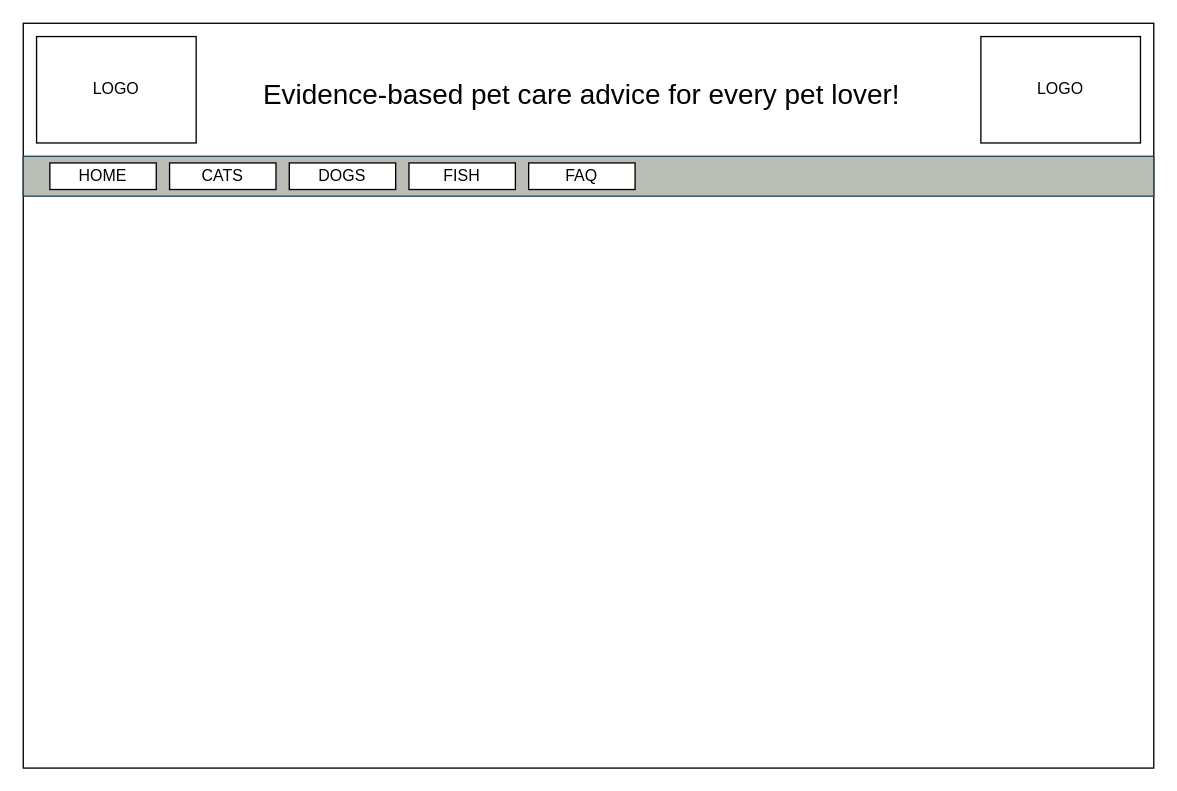
Above: wireframe.drawio in airbaggrenade/WGU-D284 (draw.io), before the change. Source tidied: cells renumbered, new cells numbered last; positions are measured from the earlier drawing's top-left corner, leaving out a move shared by most shapes. Both pictures are drawn from the tidied source at 133%, with x=0, y=0 at pixel (23, 23).
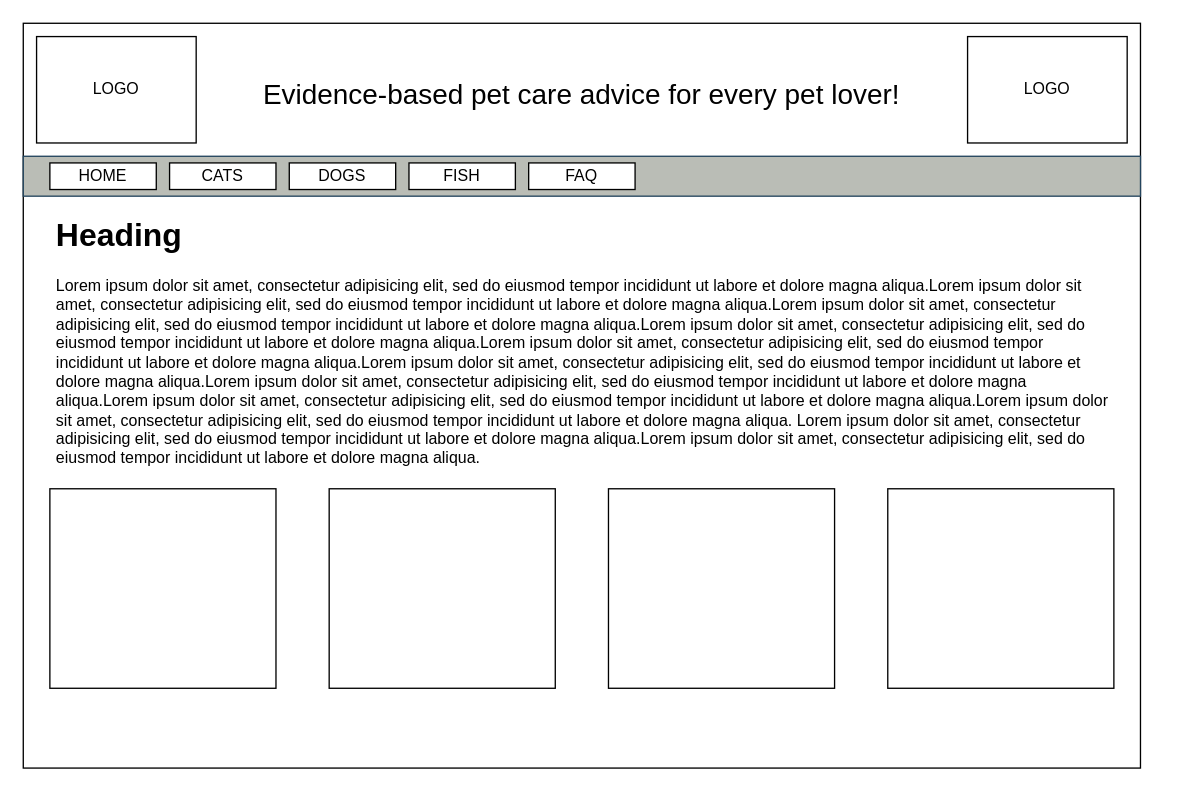
After the change.

What changed in the source:
```diff
@@
 <mxGraphModel>
   <root>
     <mxCell id="0" />
     <mxCell id="1" parent="0" />
     <mxCell id="2" style="rounded=0;whiteSpace=wrap;html=1;" parent="1" vertex="1">
-      <mxGeometry width="850" height="560" as="geometry" />
+      <mxGeometry width="840" height="560" as="geometry" />
     </mxCell>
     <mxCell id="3" value="&lt;div&gt;LOGO&lt;/div&gt;" style="rounded=0;whiteSpace=wrap;html=1;" parent="1" vertex="1">
       <mxGeometry x="10" y="10" width="120" height="80" as="geometry" />
     </mxCell>
     <mxCell id="4" value="&lt;div&gt;LOGO&lt;/div&gt;" style="rounded=0;whiteSpace=wrap;html=1;" parent="1" vertex="1">
-      <mxGeometry x="720" y="10" width="120" height="80" as="geometry" />
+      <mxGeometry x="710" y="10" width="120" height="80" as="geometry" />
     </mxCell>
     <mxCell id="5" value="&lt;font style=&quot;font-size: 21px;&quot;&gt;Evidence-based pet care advice for every pet lover!&lt;/font&gt;" style="text;html=1;align=center;verticalAlign=middle;whiteSpace=wrap;rounded=0;" parent="1" vertex="1">
       <mxGeometry x="150" y="25" width="540" height="55" as="geometry" />
     </mxCell>
     <mxCell id="6" style="rounded=0;whiteSpace=wrap;html=1;fillColor=#babdb6;strokeColor=#23445d;" parent="1" vertex="1">
-      <mxGeometry y="100" width="850" height="30" as="geometry" />
+      <mxGeometry y="100" width="840" height="30" as="geometry" />
     </mxCell>
     <mxCell id="7" value="HOME" style="rounded=0;whiteSpace=wrap;html=1;" parent="1" vertex="1">
       <mxGeometry x="20" y="105" width="80" height="20" as="geometry" />
     </mxCell>
     <mxCell id="8" value="CATS" style="rounded=0;whiteSpace=wrap;html=1;" parent="1" vertex="1">
       <mxGeometry x="110" y="105" width="80" height="20" as="geometry" />
     </mxCell>
     <mxCell id="9" value="DOGS" style="rounded=0;whiteSpace=wrap;html=1;" parent="1" vertex="1">
       <mxGeometry x="200" y="105" width="80" height="20" as="geometry" />
     </mxCell>
     <mxCell id="10" value="FISH" style="rounded=0;whiteSpace=wrap;html=1;" parent="1" vertex="1">
       <mxGeometry x="290" y="105" width="80" height="20" as="geometry" />
     </mxCell>
     <mxCell id="11" value="FAQ" style="rounded=0;whiteSpace=wrap;html=1;" parent="1" vertex="1">
       <mxGeometry x="380" y="105" width="80" height="20" as="geometry" />
     </mxCell>
+    <mxCell id="12" value="&lt;h1&gt;Heading&lt;/h1&gt;&lt;p&gt;Lorem ipsum dolor sit amet, consectetur adipisicing elit, sed do eiusmod tempor incididunt ut labore et dolore magna aliqua.Lorem ipsum dolor sit amet, consectetur adipisicing elit, sed do eiusmod tempor incididunt ut labore et dolore magna aliqua.Lorem ipsum dolor sit amet, consectetur adipisicing elit, sed do eiusmod tempor incididunt ut labore et dolore magna aliqua.Lorem ipsum dolor sit amet, consectetur adipisicing elit, sed do eiusmod tempor incididunt ut labore et dolore magna aliqua.Lorem ipsum dolor sit amet, consectetur adipisicing elit, sed do eiusmod tempor incididunt ut labore et dolore magna aliqua.Lorem ipsum dolor sit amet, consectetur adipisicing elit, sed do eiusmod tempor incididunt ut labore et dolore magna aliqua.Lorem ipsum dolor sit amet, consectetur adipisicing elit, sed do eiusmod tempor incididunt ut labore et dolore magna aliqua.Lorem ipsum dolor sit amet, consectetur adipisicing elit, sed do eiusmod tempor incididunt ut labore et dolore magna aliqua.Lorem ipsum dolor sit amet, consectetur adipisicing elit, sed do eiusmod tempor incididunt ut labore et dolore magna aliqua. Lorem ipsum dolor sit amet, consectetur adipisicing elit, sed do eiusmod tempor incididunt ut labore et dolore magna aliqua.Lorem ipsum dolor sit amet, consectetur adipisicing elit, sed do eiusmod tempor incididunt ut labore et dolore magna aliqua.&lt;/p&gt;" style="text;html=1;spacing=5;spacingTop=-20;whiteSpace=wrap;overflow=hidden;rounded=0;" parent="1" vertex="1">
+      <mxGeometry x="20" y="140" width="800" height="200" as="geometry" />
+    </mxCell>
+    <mxCell id="13" style="rounded=0;whiteSpace=wrap;html=1;" parent="1" vertex="1">
+      <mxGeometry x="20" y="350" width="170" height="150" as="geometry" />
+    </mxCell>
+    <mxCell id="14" style="rounded=0;whiteSpace=wrap;html=1;" parent="1" vertex="1">
+      <mxGeometry x="230" y="350" width="170" height="150" as="geometry" />
+    </mxCell>
+    <mxCell id="15" style="rounded=0;whiteSpace=wrap;html=1;" parent="1" vertex="1">
+      <mxGeometry x="440" y="350" width="170" height="150" as="geometry" />
+    </mxCell>
+    <mxCell id="16" style="rounded=0;whiteSpace=wrap;html=1;" parent="1" vertex="1">
+      <mxGeometry x="650" y="350" width="170" height="150" as="geometry" />
+    </mxCell>
   </root>
 </mxGraphModel>
```
